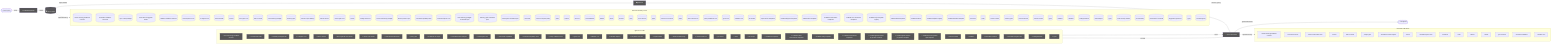
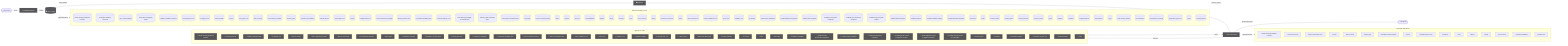
flowchart LR
  UserQ(["👤 User Query"])
  Embed["📐 Embedding Model"]
  VecDB[("📚 Vector Store")]
  Retriever["🔍 Retriever"]
  LLMNode["🧠 LLM / Generator"]
  Output(["✅ Response"])
  UserQ -->|query| Embed
  Embed -->|vector| VecDB
  VecDB -->|top-k chunks| Retriever
  Retriever -->|context + query| LLMNode
  LLMNode -->|generated answer| Output
  subgraph DetectedMemory["Detected memory stores"]
    det_detectedmemory_check_steering_feedback_contract_80134459[("check-steering-feedback-contract")]
    det_detectedmemory_normalize_workflow_contracts_8701f1c8[("normalize-workflow-contracts")]
    det_detectedmemory_sync_codex_preflight_7e7a8dc2[("sync-codex-preflight")]
    det_detectedmemory_test_harness_upgrade_matrix_84113c4e[("test-harness-upgrade-matrix")]
    det_detectedmemory_validate_workflow_contracts_33dc063c[("validate-workflow-contracts")]
    det_detectedmemory_branch_protect_core_a8feb0fd[("branch-protect-core")]
    det_detectedmemory_ci_migrate_core_7005b5af[("ci-migrate-core")]
    det_detectedmemory_context_health_80bb7da9[("context-health")]
    det_detectedmemory_context_ea7792a2[("context")]
    det_detectedmemory_docs_gate_core_eb9b6c18[("docs-gate-core")]
    det_detectedmemory_index_context_de3ed39d[("index-context")]
    det_detectedmemory_local_memory_preflight_dcc36c42[("local-memory-preflight")]
    det_detectedmemory_memory_gate_a577a506[("memory-gate")]
    det_detectedmemory_pattern_scope_siblings_43abe000[("pattern-scope-siblings")]
    det_detectedmemory_review_context_ca6cf81d[("review-context")]
    det_detectedmemory_review_gate_core_4c8001f9[("review-gate-core")]
    det_detectedmemory_search_24193290[("search")]
    det_detectedmemory_tooling_audit_core_328d6a41[("tooling-audit-core")]
    det_detectedmemory_run_local_memory_preflight_36e92808[("run-local-memory-preflight")]
    det_detectedmemory_branch_protect_sync_570adb18[("branch-protect-sync")]
    det_detectedmemory_command_capability_rules_ca3f496a[("command-capability-rules")]
    det_detectedmemory_command_specs_core_1c0ffc99[("command-specs-core")]
    det_detectedmemory_local_memory_preflight_command_spec_9e23f3ce[("local-memory-preflight-command-spec")]
    det_detectedmemory_memory_gate_command_spec_dc9001a9[("memory-gate-command-spec")]
    det_detectedmemory_review_gate_command_spec_3187376a[("review-gate-command-spec")]
    det_detectedmemory_constants_7517017f[("constants")]
    det_detectedmemory_context_compact_policy_3dcaf95d[("context-compact-policy")]
    det_detectedmemory_index_1bc04b52[("index")]
    det_detectedmemory_indexer_70fa78e5[("indexer")]
    det_detectedmemory_init_error_5c7dd49f[("init-error")]
    det_detectedmemory_lexical_fallback_723e2b3e[("lexical-fallback")]
    det_detectedmemory_ollama_76e3c7bf[("ollama")]
    det_detectedmemory_rollout_a4fa034c[("rollout")]
    det_detectedmemory_sources_878a52fc[("sources")]
    det_detectedmemory_store_824d80d7[("store")]
    det_detectedmemory_sync_contract_c79fa191[("sync-contract")]
    det_detectedmemory_types_3_9675d69b[("types")]
    det_detectedmemory_harness_run_context_ac7c77a9[("harness-run-context")]
    det_detectedmemory_index_1_faebc14e[("index")]
    det_detectedmemory_json_schema_core_96d7e328[("json-schema-core")]
    det_detectedmemory_policy_validators_core_714a3fe7[("policy-validators-core")]
    det_detectedmemory_types_core_e405ddca[("types-core")]
    det_detectedmemory_validator_core_4358f8ba[("validator-core")]
    det_detectedmemory_init_modes_c05ceb07[("init-modes")]
    det_detectedmemory_project_brain_templates_7ef51530[("project-brain-templates")]
    det_detectedmemory_scaffold_diagram_templates_dd88e83c[("scaffold-diagram-templates")]
    det_detectedmemory_scaffold_doc_templates_f6152330[("scaffold-doc-templates")]
    det_detectedmemory_scaffold_environment_templates_c1ceba6a[("scaffold-environment-templates")]
    det_detectedmemory_scaffold_root_command_templates_404fed7f[("scaffold-root-command-templates")]
    det_detectedmemory_scaffold_script_template_registry_69312d4e[("scaffold-script-template-registry")]
    det_detectedmemory_scaffold_shell_templates_0ad0f915[("scaffold-shell-templates")]
    det_detectedmemory_scaffold_surfaces_12d6494e[("scaffold-surfaces")]
    det_detectedmemory_scaffold_template_registry_b1cce2aa[("scaffold-template-registry")]
    det_detectedmemory_scaffold_workflow_template_92310587[("scaffold-workflow-template")]
    det_detectedmemory_eval_seed_5699fd3e[("eval-seed")]
    det_detectedmemory_index_4_013aa0e3[("index")]
    det_detectedmemory_review_context_1_e3afed15[("review-context")]
    det_detectedmemory_memory_gate_1_265164ac[("memory-gate")]
    det_detectedmemory_branch_enforcer_acb749cd[("branch-enforcer")]
    det_detectedmemory_metrics_tracker_98cec29c[("metrics-tracker")]
    det_detectedmemory_types_10_75e5a4a0[("types")]
    det_detectedmemory_validator_4_5180cf23[("validator")]
    det_detectedmemory_classifier_fe1991a9[("classifier")]
    det_detectedmemory_tooling_baseline_50ab2eeb[("tooling-baseline")]
    det_detectedmemory_claim_helpers_20dc8387[("claim-helpers")]
    det_detectedmemory_types_14_fe7507be[("types")]
    det_detectedmemory_local_memory_smoke_1175abfc[("local-memory-smoke")]
    det_detectedmemory_local_memory_0db17ecc[("local-memory")]
    det_detectedmemory_performance_overload_c685bfcf[("performance-overload")]
    det_detectedmemory_suggestion_generator_0956f794[("suggestion-generator")]
    det_detectedmemory_types_19_eb4ad5f0[("types")]
    det_detectedmemory_overload_guard_2748c559[("overload-guard")]
  end
  VecDB -. "implemented by" .-> DetectedMemory
  subgraph DetectedLLM["Detected LLM clients"]
    det_detectedllm_check_steering_feedback_contract_80134459["check-steering-feedback-contract"]
    det_detectedllm_run_harness_evals_77704768["run-harness-evals"]
    det_detectedllm_check_environment_core_2c16213f["check-environment-core"]
    det_detectedllm_context_ea7792a2["context"]
    det_detectedllm_index_context_de3ed39d["index-context"]
    det_detectedllm_prompt_gate_c5e9d207["prompt-gate"]
    det_detectedllm_remediate_runner_helpers_929fedcc["remediate-runner-helpers"]
    det_detectedllm_search_24193290["search"]
    det_detectedllm_command_specs_core_1c0ffc99["command-specs-core"]
    det_detectedllm_constants_7517017f["constants"]
    det_detectedllm_index_1bc04b52["index"]
    det_detectedllm_indexer_70fa78e5["indexer"]
    det_detectedllm_ollama_76e3c7bf["ollama"]
    det_detectedllm_sync_contract_c79fa191["sync-contract"]
    det_detectedllm_north_star_validators_cfc926ce["north-star-validators"]
    det_detectedllm_sensitive_text_7c11f760["sensitive-text"]
  end
  LLMNode -. "implemented by" .-> DetectedLLM
  subgraph DetectedTools["Agentic tool calls"]
    det_detectedtools_check_steering_feedback_contract_80134459["🔧 check-steering-feedback-contract"]
    det_detectedtools_run_harness_evals_77704768["🔧 run-harness-evals"]
    det_detectedtools_validate_packaged_skill_5e32c890["🔧 validate-packaged-skill"]
    det_detectedtools_ci_migrate_core_7005b5af["🔧 ci-migrate-core"]
    det_detectedtools_doctor_checks_5a2eb2b9["🔧 doctor-checks"]
    det_detectedtools_doctor_github_tool_checks_a53b0382["🔧 doctor-github-tool-checks"]
    det_detectedtools_doctor_tool_checks_4acac51a["🔧 doctor-tool-checks"]
    det_detectedtools_next_blocked_decisions_4140ad2b["🔧 next-blocked-decisions"]
    det_detectedtools_policy_gate_213f7313["🔧 policy-gate"]
    det_detectedtools_remediate_cli_output_cc165396["🔧 remediate-cli-output"]
    det_detectedtools_remediate_runner_helpers_929fedcc["🔧 remediate-runner-helpers"]
    det_detectedtools_review_gate_core_4c8001f9["🔧 review-gate-core"]
    det_detectedtools_command_capabilities_a4d5c71e["🔧 command-capabilities"]
    det_detectedtools_command_capability_rules_ca3f496a["🔧 command-capability-rules"]
+     det_detectedtools_linear_command_actions_e430f4f4["🔧 linear-command-actions"]
+     det_detectedtools_linear_command_runner_4a740dfc["🔧 linear-command-runner"]
    det_detectedtools_policy_validators_core_714a3fe7["🔧 policy-validators-core"]
    det_detectedtools_types_core_e405ddca["🔧 types-core"]
    det_detectedtools_validator_core_4358f8ba["🔧 validator-core"]
    det_detectedtools_validator_helpers_7b927667["🔧 validator-helpers"]
    det_detectedtools_he_phase_exit_core_1148895b["🔧 he-phase-exit-core"]
    det_detectedtools_ralph_runtime_73d63c0e["🔧 ralph-runtime"]
    det_detectedtools_observed_skill_usage_ed7d5930["🔧 observed-skill-usage"]
    det_detectedtools_closure_evidence_aaa31467["🔧 closure-evidence"]
    det_detectedtools_pr_creator_dc6b1ea4["🔧 pr-creator"]
    det_detectedtools_client_948fe603["🔧 client"]
    det_detectedtools_init_output_360dce91["🔧 init-output"]
    det_detectedtools_scaffold_ci_templates_2afd6392["🔧 scaffold-ci-templates"]
    det_detectedtools_scaffold_codex_environment_templates_334fbbed["🔧 scaffold-codex-environment-templates"]
    det_detectedtools_scaffold_config_templates_4b80ce53["🔧 scaffold-config-templates"]
    det_detectedtools_scaffold_environment_templates_c1ceba6a["🔧 scaffold-environment-templates"]
    det_detectedtools_scaffold_github_actions_pr_pipeline_renderer_1ee18de5["🔧 scaffold-github-actions-pr-pipeline-renderer"]
    det_detectedtools_scaffold_github_actions_pr_pipeline_template_e2b85f62["🔧 scaffold-github-actions-pr-pipeline-template"]
    det_detectedtools_scaffold_release_private_npm_template_075499f8["🔧 scaffold-release-private-npm-template"]
    det_detectedtools_metrics_tracker_98cec29c["🔧 metrics-tracker"]
    det_detectedtools_validator_4_5180cf23["🔧 validator"]
    det_detectedtools_normalise_renderer_85f2e563["🔧 normalise-renderer"]
    det_detectedtools_evaluation_engine_core_e054fe49["🔧 evaluation-engine-core"]
    det_detectedtools_tooling_baseline_50ab2eeb["🔧 tooling-baseline"]
    det_detectedtools_types_21_5756f9dc["🔧 types"]
  end
  LLMNode -->|tool use| DetectedTools
  DetectedTools -->|result| LLMNode
  classDef memNode fill:#555,color:#fff
  class VecDB,Retriever memNode
  classDef llmNode fill:#555,color:#fff
  class LLMNode,Embed llmNode
  classDef toolNode fill:#555,color:#fff
-   class det_detectedtools_check_steering_feedback_contract_80134459,det_detectedtools_run_harness_evals_77704768,det_detectedtools_validate_packaged_skill_5e32c890,det_detectedtools_ci_migrate_core_7005b5af,det_detectedtools_doctor_checks_5a2eb2b9,det_detectedtools_doctor_github_tool_checks_a53b0382,det_detectedtools_doctor_tool_checks_4acac51a,det_detectedtools_next_blocked_decisions_4140ad2b,det_detectedtools_policy_gate_213f7313,det_detectedtools_remediate_cli_output_cc165396,det_detectedtools_remediate_runner_helpers_929fedcc,det_detectedtools_review_gate_core_4c8001f9,det_detectedtools_command_capabilities_a4d5c71e,det_detectedtools_command_capability_rules_ca3f496a,det_detectedtools_policy_validators_core_714a3fe7,det_detectedtools_types_core_e405ddca,det_detectedtools_validator_core_4358f8ba,det_detectedtools_validator_helpers_7b927667,det_detectedtools_he_phase_exit_core_1148895b,det_detectedtools_ralph_runtime_73d63c0e,det_detectedtools_observed_skill_usage_ed7d5930,det_detectedtools_closure_evidence_aaa31467,det_detectedtools_pr_creator_dc6b1ea4,det_detectedtools_client_948fe603,det_detectedtools_init_output_360dce91,det_detectedtools_scaffold_ci_templates_2afd6392,det_detectedtools_scaffold_codex_environment_templates_334fbbed,det_detectedtools_scaffold_config_templates_4b80ce53,det_detectedtools_scaffold_environment_templates_c1ceba6a,det_detectedtools_scaffold_github_actions_pr_pipeline_renderer_1ee18de5,det_detectedtools_scaffold_github_actions_pr_pipeline_template_e2b85f62,det_detectedtools_scaffold_release_private_npm_template_075499f8,det_detectedtools_metrics_tracker_98cec29c,det_detectedtools_validator_4_5180cf23,det_detectedtools_normalise_renderer_85f2e563,det_detectedtools_evaluation_engine_core_e054fe49,det_detectedtools_tooling_baseline_50ab2eeb,det_detectedtools_types_21_5756f9dc toolNode
+   class det_detectedtools_check_steering_feedback_contract_80134459,det_detectedtools_run_harness_evals_77704768,det_detectedtools_validate_packaged_skill_5e32c890,det_detectedtools_ci_migrate_core_7005b5af,det_detectedtools_doctor_checks_5a2eb2b9,det_detectedtools_doctor_github_tool_checks_a53b0382,det_detectedtools_doctor_tool_checks_4acac51a,det_detectedtools_next_blocked_decisions_4140ad2b,det_detectedtools_policy_gate_213f7313,det_detectedtools_remediate_cli_output_cc165396,det_detectedtools_remediate_runner_helpers_929fedcc,det_detectedtools_review_gate_core_4c8001f9,det_detectedtools_command_capabilities_a4d5c71e,det_detectedtools_command_capability_rules_ca3f496a,det_detectedtools_linear_command_actions_e430f4f4,det_detectedtools_linear_command_runner_4a740dfc,det_detectedtools_policy_validators_core_714a3fe7,det_detectedtools_types_core_e405ddca,det_detectedtools_validator_core_4358f8ba,det_detectedtools_validator_helpers_7b927667,det_detectedtools_he_phase_exit_core_1148895b,det_detectedtools_ralph_runtime_73d63c0e,det_detectedtools_observed_skill_usage_ed7d5930,det_detectedtools_closure_evidence_aaa31467,det_detectedtools_pr_creator_dc6b1ea4,det_detectedtools_client_948fe603,det_detectedtools_init_output_360dce91,det_detectedtools_scaffold_ci_templates_2afd6392,det_detectedtools_scaffold_codex_environment_templates_334fbbed,det_detectedtools_scaffold_config_templates_4b80ce53,det_detectedtools_scaffold_environment_templates_c1ceba6a,det_detectedtools_scaffold_github_actions_pr_pipeline_renderer_1ee18de5,det_detectedtools_scaffold_github_actions_pr_pipeline_template_e2b85f62,det_detectedtools_scaffold_release_private_npm_template_075499f8,det_detectedtools_metrics_tracker_98cec29c,det_detectedtools_validator_4_5180cf23,det_detectedtools_normalise_renderer_85f2e563,det_detectedtools_evaluation_engine_core_e054fe49,det_detectedtools_tooling_baseline_50ab2eeb,det_detectedtools_types_21_5756f9dc toolNode
